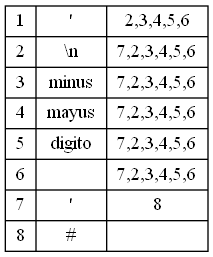
Before: EXP5Siguientes.png, a diagram exported from Graphviz (DiegoxBaggins/JAVA-Basic-Compilator). Its source is kept beside it as EXP5Siguientes.dot. The source it was exported from:
```dot
digraph G{
rankdir=UD
node[shape=box]
concentrate=true
nodotabla[shape=record label="{1|2|3|4|5|6|7|8}|{'|\\n|minus|mayus|digito| |'|#}|{2,3,4,5,6|7,2,3,4,5,6|7,2,3,4,5,6|7,2,3,4,5,6|7,2,3,4,5,6|7,2,3,4,5,6|8|}"]
}
```
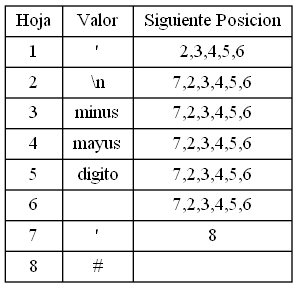
Later version of the same file.

Change to the diagram source:
```diff
@@ -2,5 +2,5 @@
 rankdir=UD
 node[shape=box]
 concentrate=true
-nodotabla[shape=record label="{1|2|3|4|5|6|7|8}|{'|\\n|minus|mayus|digito| |'|#}|{2,3,4,5,6|7,2,3,4,5,6|7,2,3,4,5,6|7,2,3,4,5,6|7,2,3,4,5,6|7,2,3,4,5,6|8|}"]
+nodotabla[shape=record label="{Hoja|1|2|3|4|5|6|7|8}|{Valor|'|\\n|minus|mayus|digito| |'|#}|{Siguiente Posicion|2,3,4,5,6|7,2,3,4,5,6|7,2,3,4,5,6|7,2,3,4,5,6|7,2,3,4,5,6|7,2,3,4,5,6|8|}"]
 }
```
